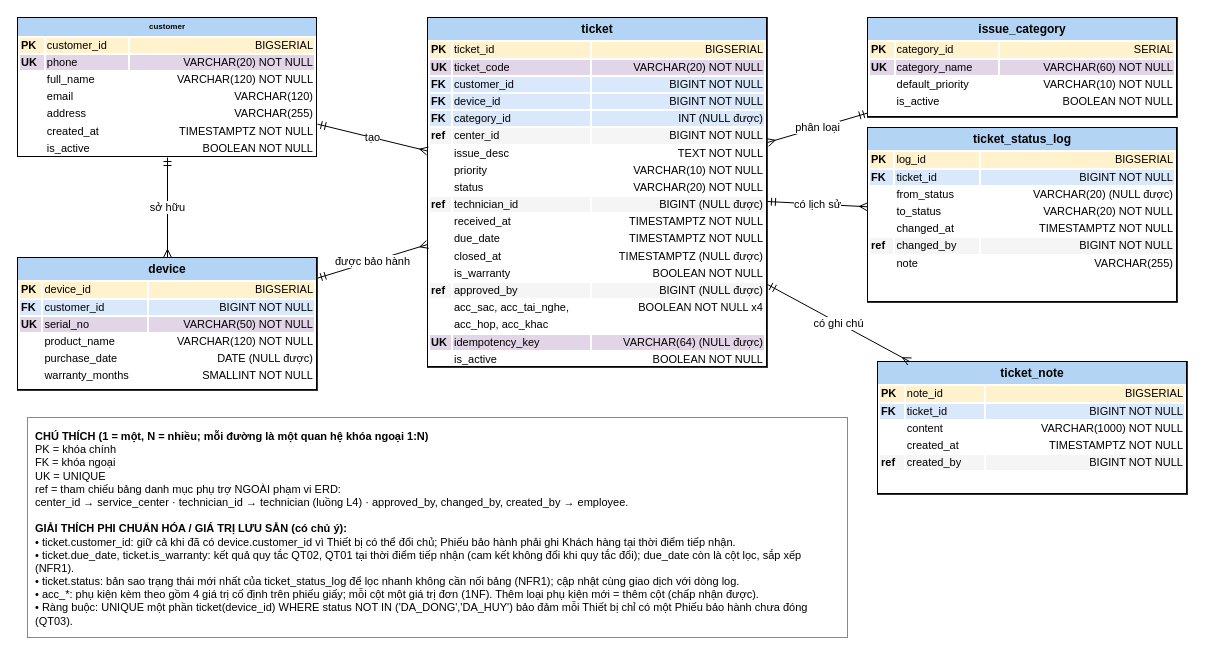
Before: docs/diagrams/erd.drawio in dangkhoa35/smartcrm-2374802010228-ticket-reception, a draw.io diagram. Source tidied: cells renumbered, new cells numbered last; positions are measured from the earlier drawing's top-left corner, leaving out a move shared by most shapes. Both pictures are drawn from the tidied source at 100%, with x=0, y=0 at pixel (17, 17).
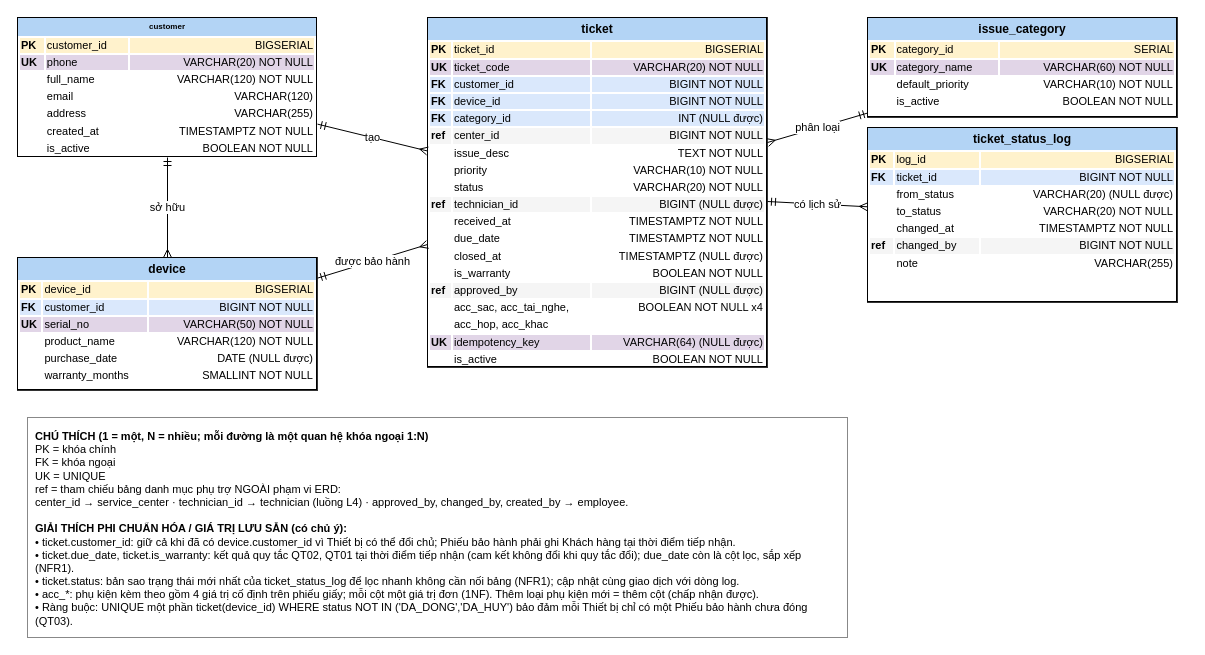
The same diagram, later.

Diff of the diagram source:
```diff
@@
 <mxGraphModel>
   <root>
     <mxCell id="0" />
     <mxCell id="1" parent="0" />
     <mxCell id="2" value="&lt;div style=&quot;background:#b3d4f5;text-align:center;font-weight:bold;padding:4px&quot;&gt;customer&lt;/div&gt;&lt;table width=&quot;100%&quot; cellpadding=&quot;1&quot; style=&quot;font-size:11px&quot;&gt;&lt;tr style=&quot;background:#fff2cc&quot;&gt;&lt;td&gt;&lt;b&gt;PK&lt;/b&gt;&lt;/td&gt;&lt;td&gt;customer_id&lt;/td&gt;&lt;td align=&quot;right&quot;&gt;BIGSERIAL&lt;/td&gt;&lt;/tr&gt;&lt;tr style=&quot;background:#e1d5e7&quot;&gt;&lt;td&gt;&lt;b&gt;UK&lt;/b&gt;&lt;/td&gt;&lt;td&gt;phone&lt;/td&gt;&lt;td align=&quot;right&quot;&gt;VARCHAR(20)  NOT NULL&lt;/td&gt;&lt;/tr&gt;&lt;tr style=&quot;background:#ffffff&quot;&gt;&lt;td&gt;&lt;b&gt;&lt;/b&gt;&lt;/td&gt;&lt;td&gt;full_name&lt;/td&gt;&lt;td align=&quot;right&quot;&gt;VARCHAR(120)  NOT NULL&lt;/td&gt;&lt;/tr&gt;&lt;tr style=&quot;background:#ffffff&quot;&gt;&lt;td&gt;&lt;b&gt;&lt;/b&gt;&lt;/td&gt;&lt;td&gt;email&lt;/td&gt;&lt;td align=&quot;right&quot;&gt;VARCHAR(120)&lt;/td&gt;&lt;/tr&gt;&lt;tr style=&quot;background:#ffffff&quot;&gt;&lt;td&gt;&lt;b&gt;&lt;/b&gt;&lt;/td&gt;&lt;td&gt;address&lt;/td&gt;&lt;td align=&quot;right&quot;&gt;VARCHAR(255)&lt;/td&gt;&lt;/tr&gt;&lt;tr style=&quot;background:#ffffff&quot;&gt;&lt;td&gt;&lt;b&gt;&lt;/b&gt;&lt;/td&gt;&lt;td&gt;created_at&lt;/td&gt;&lt;td align=&quot;right&quot;&gt;TIMESTAMPTZ  NOT NULL&lt;/td&gt;&lt;/tr&gt;&lt;tr style=&quot;background:#ffffff&quot;&gt;&lt;td&gt;&lt;b&gt;&lt;/b&gt;&lt;/td&gt;&lt;td&gt;is_active&lt;/td&gt;&lt;td align=&quot;right&quot;&gt;BOOLEAN  NOT NULL&lt;/td&gt;&lt;/tr&gt;&lt;/table&gt;" style="text;html=1;whiteSpace=wrap;overflow=fill;align=left;verticalAlign=top;spacing=0;textShadow=0;labelBorderColor=default;autosizeText=0;fontSize=8;strokeWidth=1;" parent="1" vertex="1">
       <mxGeometry width="300" height="140" as="geometry" />
     </mxCell>
     <mxCell id="3" value="&lt;div style=&quot;background:#b3d4f5;text-align:center;font-weight:bold;padding:4px&quot;&gt;device&lt;/div&gt;&lt;table width=&quot;100%&quot; cellpadding=&quot;1&quot; style=&quot;font-size:11px&quot;&gt;&lt;tbody&gt;&lt;tr style=&quot;background:#fff2cc&quot;&gt;&lt;td&gt;&lt;b&gt;PK&lt;/b&gt;&lt;/td&gt;&lt;td&gt;device_id&lt;/td&gt;&lt;td align=&quot;right&quot;&gt;BIGSERIAL&lt;/td&gt;&lt;/tr&gt;&lt;tr style=&quot;background:#dae8fc&quot;&gt;&lt;td&gt;&lt;b&gt;FK&lt;/b&gt;&lt;/td&gt;&lt;td&gt;customer_id&lt;/td&gt;&lt;td align=&quot;right&quot;&gt;BIGINT  NOT NULL&lt;/td&gt;&lt;/tr&gt;&lt;tr style=&quot;background:#e1d5e7&quot;&gt;&lt;td&gt;&lt;b&gt;UK&lt;/b&gt;&lt;/td&gt;&lt;td&gt;serial_no&lt;/td&gt;&lt;td align=&quot;right&quot;&gt;VARCHAR(50)  NOT NULL&lt;/td&gt;&lt;/tr&gt;&lt;tr style=&quot;background:#ffffff&quot;&gt;&lt;td&gt;&lt;b&gt;&lt;/b&gt;&lt;/td&gt;&lt;td&gt;product_name&lt;/td&gt;&lt;td align=&quot;right&quot;&gt;VARCHAR(120)  NOT NULL&lt;/td&gt;&lt;/tr&gt;&lt;tr style=&quot;background:#ffffff&quot;&gt;&lt;td&gt;&lt;b&gt;&lt;/b&gt;&lt;/td&gt;&lt;td&gt;purchase_date&lt;/td&gt;&lt;td align=&quot;right&quot;&gt;DATE  (NULL được)&lt;/td&gt;&lt;/tr&gt;&lt;tr style=&quot;background:#ffffff&quot;&gt;&lt;td&gt;&lt;b&gt;&lt;/b&gt;&lt;/td&gt;&lt;td&gt;warranty_months&lt;/td&gt;&lt;td align=&quot;right&quot;&gt;SMALLINT  NOT NULL&lt;/td&gt;&lt;/tr&gt;&lt;/tbody&gt;&lt;/table&gt;" style="text;html=1;whiteSpace=wrap;overflow=fill;align=left;verticalAlign=top;strokeColor=#333333;fillColor=#ffffff;spacing=0;labelBorderColor=default;fontColor=default;" parent="1" vertex="1">
       <mxGeometry y="240" width="300" height="133" as="geometry" />
     </mxCell>
     <mxCell id="4" value="&lt;div style=&quot;background:#b3d4f5;text-align:center;font-weight:bold;padding:4px&quot;&gt;ticket&lt;/div&gt;&lt;table width=&quot;100%&quot; cellpadding=&quot;1&quot; style=&quot;font-size:11px&quot;&gt;&lt;tr style=&quot;background:#fff2cc&quot;&gt;&lt;td&gt;&lt;b&gt;PK&lt;/b&gt;&lt;/td&gt;&lt;td&gt;ticket_id&lt;/td&gt;&lt;td align=&quot;right&quot;&gt;BIGSERIAL&lt;/td&gt;&lt;/tr&gt;&lt;tr style=&quot;background:#e1d5e7&quot;&gt;&lt;td&gt;&lt;b&gt;UK&lt;/b&gt;&lt;/td&gt;&lt;td&gt;ticket_code&lt;/td&gt;&lt;td align=&quot;right&quot;&gt;VARCHAR(20)  NOT NULL&lt;/td&gt;&lt;/tr&gt;&lt;tr style=&quot;background:#dae8fc&quot;&gt;&lt;td&gt;&lt;b&gt;FK&lt;/b&gt;&lt;/td&gt;&lt;td&gt;customer_id&lt;/td&gt;&lt;td align=&quot;right&quot;&gt;BIGINT  NOT NULL&lt;/td&gt;&lt;/tr&gt;&lt;tr style=&quot;background:#dae8fc&quot;&gt;&lt;td&gt;&lt;b&gt;FK&lt;/b&gt;&lt;/td&gt;&lt;td&gt;device_id&lt;/td&gt;&lt;td align=&quot;right&quot;&gt;BIGINT  NOT NULL&lt;/td&gt;&lt;/tr&gt;&lt;tr style=&quot;background:#dae8fc&quot;&gt;&lt;td&gt;&lt;b&gt;FK&lt;/b&gt;&lt;/td&gt;&lt;td&gt;category_id&lt;/td&gt;&lt;td align=&quot;right&quot;&gt;INT  (NULL được)&lt;/td&gt;&lt;/tr&gt;&lt;tr style=&quot;background:#f5f5f5&quot;&gt;&lt;td&gt;&lt;b&gt;ref&lt;/b&gt;&lt;/td&gt;&lt;td&gt;center_id&lt;/td&gt;&lt;td align=&quot;right&quot;&gt;BIGINT  NOT NULL&lt;/td&gt;&lt;/tr&gt;&lt;tr style=&quot;background:#ffffff&quot;&gt;&lt;td&gt;&lt;b&gt;&lt;/b&gt;&lt;/td&gt;&lt;td&gt;issue_desc&lt;/td&gt;&lt;td align=&quot;right&quot;&gt;TEXT  NOT NULL&lt;/td&gt;&lt;/tr&gt;&lt;tr style=&quot;background:#ffffff&quot;&gt;&lt;td&gt;&lt;b&gt;&lt;/b&gt;&lt;/td&gt;&lt;td&gt;priority&lt;/td&gt;&lt;td align=&quot;right&quot;&gt;VARCHAR(10)  NOT NULL&lt;/td&gt;&lt;/tr&gt;&lt;tr style=&quot;background:#ffffff&quot;&gt;&lt;td&gt;&lt;b&gt;&lt;/b&gt;&lt;/td&gt;&lt;td&gt;status&lt;/td&gt;&lt;td align=&quot;right&quot;&gt;VARCHAR(20)  NOT NULL&lt;/td&gt;&lt;/tr&gt;&lt;tr style=&quot;background:#f5f5f5&quot;&gt;&lt;td&gt;&lt;b&gt;ref&lt;/b&gt;&lt;/td&gt;&lt;td&gt;technician_id&lt;/td&gt;&lt;td align=&quot;right&quot;&gt;BIGINT  (NULL được)&lt;/td&gt;&lt;/tr&gt;&lt;tr style=&quot;background:#ffffff&quot;&gt;&lt;td&gt;&lt;b&gt;&lt;/b&gt;&lt;/td&gt;&lt;td&gt;received_at&lt;/td&gt;&lt;td align=&quot;right&quot;&gt;TIMESTAMPTZ  NOT NULL&lt;/td&gt;&lt;/tr&gt;&lt;tr style=&quot;background:#ffffff&quot;&gt;&lt;td&gt;&lt;b&gt;&lt;/b&gt;&lt;/td&gt;&lt;td&gt;due_date&lt;/td&gt;&lt;td align=&quot;right&quot;&gt;TIMESTAMPTZ  NOT NULL&lt;/td&gt;&lt;/tr&gt;&lt;tr style=&quot;background:#ffffff&quot;&gt;&lt;td&gt;&lt;b&gt;&lt;/b&gt;&lt;/td&gt;&lt;td&gt;closed_at&lt;/td&gt;&lt;td align=&quot;right&quot;&gt;TIMESTAMPTZ  (NULL được)&lt;/td&gt;&lt;/tr&gt;&lt;tr style=&quot;background:#ffffff&quot;&gt;&lt;td&gt;&lt;b&gt;&lt;/b&gt;&lt;/td&gt;&lt;td&gt;is_warranty&lt;/td&gt;&lt;td align=&quot;right&quot;&gt;BOOLEAN  NOT NULL&lt;/td&gt;&lt;/tr&gt;&lt;tr style=&quot;background:#f5f5f5&quot;&gt;&lt;td&gt;&lt;b&gt;ref&lt;/b&gt;&lt;/td&gt;&lt;td&gt;approved_by&lt;/td&gt;&lt;td align=&quot;right&quot;&gt;BIGINT  (NULL được)&lt;/td&gt;&lt;/tr&gt;&lt;tr style=&quot;background:#ffffff&quot;&gt;&lt;td&gt;&lt;b&gt;&lt;/b&gt;&lt;/td&gt;&lt;td&gt;acc_sac, acc_tai_nghe,&lt;/td&gt;&lt;td align=&quot;right&quot;&gt;BOOLEAN  NOT NULL x4&lt;/td&gt;&lt;/tr&gt;&lt;tr style=&quot;background:#ffffff&quot;&gt;&lt;td&gt;&lt;b&gt;&lt;/b&gt;&lt;/td&gt;&lt;td&gt;acc_hop, acc_khac&lt;/td&gt;&lt;td align=&quot;right&quot;&gt;&lt;/td&gt;&lt;/tr&gt;&lt;tr style=&quot;background:#e1d5e7&quot;&gt;&lt;td&gt;&lt;b&gt;UK&lt;/b&gt;&lt;/td&gt;&lt;td&gt;idempotency_key&lt;/td&gt;&lt;td align=&quot;right&quot;&gt;VARCHAR(64)  (NULL được)&lt;/td&gt;&lt;/tr&gt;&lt;tr style=&quot;background:#ffffff&quot;&gt;&lt;td&gt;&lt;b&gt;&lt;/b&gt;&lt;/td&gt;&lt;td&gt;is_active&lt;/td&gt;&lt;td align=&quot;right&quot;&gt;BOOLEAN  NOT NULL&lt;/td&gt;&lt;/tr&gt;&lt;/table&gt;" style="text;html=1;whiteSpace=wrap;overflow=fill;align=left;verticalAlign=top;strokeColor=#333333;fillColor=#ffffff;spacing=0;labelBorderColor=default;" parent="1" vertex="1">
       <mxGeometry x="410" width="340" height="350" as="geometry" />
     </mxCell>
     <mxCell id="5" value="&lt;div style=&quot;background:#b3d4f5;text-align:center;font-weight:bold;padding:4px&quot;&gt;issue_category&lt;/div&gt;&lt;table width=&quot;100%&quot; cellpadding=&quot;1&quot; style=&quot;font-size:11px&quot;&gt;&lt;tr style=&quot;background:#fff2cc&quot;&gt;&lt;td&gt;&lt;b&gt;PK&lt;/b&gt;&lt;/td&gt;&lt;td&gt;category_id&lt;/td&gt;&lt;td align=&quot;right&quot;&gt;SERIAL&lt;/td&gt;&lt;/tr&gt;&lt;tr style=&quot;background:#e1d5e7&quot;&gt;&lt;td&gt;&lt;b&gt;UK&lt;/b&gt;&lt;/td&gt;&lt;td&gt;category_name&lt;/td&gt;&lt;td align=&quot;right&quot;&gt;VARCHAR(60)  NOT NULL&lt;/td&gt;&lt;/tr&gt;&lt;tr style=&quot;background:#ffffff&quot;&gt;&lt;td&gt;&lt;b&gt;&lt;/b&gt;&lt;/td&gt;&lt;td&gt;default_priority&lt;/td&gt;&lt;td align=&quot;right&quot;&gt;VARCHAR(10)  NOT NULL&lt;/td&gt;&lt;/tr&gt;&lt;tr style=&quot;background:#ffffff&quot;&gt;&lt;td&gt;&lt;b&gt;&lt;/b&gt;&lt;/td&gt;&lt;td&gt;is_active&lt;/td&gt;&lt;td align=&quot;right&quot;&gt;BOOLEAN  NOT NULL&lt;/td&gt;&lt;/tr&gt;&lt;/table&gt;" style="text;html=1;whiteSpace=wrap;overflow=fill;align=left;verticalAlign=top;strokeColor=#333333;fillColor=#ffffff;spacing=0;labelBorderColor=default;" parent="1" vertex="1">
       <mxGeometry x="850" width="310" height="100" as="geometry" />
     </mxCell>
     <mxCell id="6" value="&lt;div style=&quot;background:#b3d4f5;text-align:center;font-weight:bold;padding:4px&quot;&gt;ticket_status_log&lt;/div&gt;&lt;table width=&quot;100%&quot; cellpadding=&quot;1&quot; style=&quot;font-size:11px&quot;&gt;&lt;tr style=&quot;background:#fff2cc&quot;&gt;&lt;td&gt;&lt;b&gt;PK&lt;/b&gt;&lt;/td&gt;&lt;td&gt;log_id&lt;/td&gt;&lt;td align=&quot;right&quot;&gt;BIGSERIAL&lt;/td&gt;&lt;/tr&gt;&lt;tr style=&quot;background:#dae8fc&quot;&gt;&lt;td&gt;&lt;b&gt;FK&lt;/b&gt;&lt;/td&gt;&lt;td&gt;ticket_id&lt;/td&gt;&lt;td align=&quot;right&quot;&gt;BIGINT  NOT NULL&lt;/td&gt;&lt;/tr&gt;&lt;tr style=&quot;background:#ffffff&quot;&gt;&lt;td&gt;&lt;b&gt;&lt;/b&gt;&lt;/td&gt;&lt;td&gt;from_status&lt;/td&gt;&lt;td align=&quot;right&quot;&gt;VARCHAR(20)  (NULL được)&lt;/td&gt;&lt;/tr&gt;&lt;tr style=&quot;background:#ffffff&quot;&gt;&lt;td&gt;&lt;b&gt;&lt;/b&gt;&lt;/td&gt;&lt;td&gt;to_status&lt;/td&gt;&lt;td align=&quot;right&quot;&gt;VARCHAR(20)  NOT NULL&lt;/td&gt;&lt;/tr&gt;&lt;tr style=&quot;background:#ffffff&quot;&gt;&lt;td&gt;&lt;b&gt;&lt;/b&gt;&lt;/td&gt;&lt;td&gt;changed_at&lt;/td&gt;&lt;td align=&quot;right&quot;&gt;TIMESTAMPTZ  NOT NULL&lt;/td&gt;&lt;/tr&gt;&lt;tr style=&quot;background:#f5f5f5&quot;&gt;&lt;td&gt;&lt;b&gt;ref&lt;/b&gt;&lt;/td&gt;&lt;td&gt;changed_by&lt;/td&gt;&lt;td align=&quot;right&quot;&gt;BIGINT  NOT NULL&lt;/td&gt;&lt;/tr&gt;&lt;tr style=&quot;background:#ffffff&quot;&gt;&lt;td&gt;&lt;b&gt;&lt;/b&gt;&lt;/td&gt;&lt;td&gt;note&lt;/td&gt;&lt;td align=&quot;right&quot;&gt;VARCHAR(255)&lt;/td&gt;&lt;/tr&gt;&lt;/table&gt;" style="text;html=1;whiteSpace=wrap;overflow=fill;align=left;verticalAlign=top;strokeColor=#333333;fillColor=#ffffff;spacing=0;labelBorderColor=default;" parent="1" vertex="1">
       <mxGeometry x="850" y="110" width="310" height="175" as="geometry" />
     </mxCell>
-    <mxCell id="7" value="&lt;div style=&quot;background:#b3d4f5;text-align:center;font-weight:bold;padding:4px&quot;&gt;ticket_note&lt;/div&gt;&lt;table width=&quot;100%&quot; cellpadding=&quot;1&quot; style=&quot;font-size:11px&quot;&gt;&lt;tr style=&quot;background:#fff2cc&quot;&gt;&lt;td&gt;&lt;b&gt;PK&lt;/b&gt;&lt;/td&gt;&lt;td&gt;note_id&lt;/td&gt;&lt;td align=&quot;right&quot;&gt;BIGSERIAL&lt;/td&gt;&lt;/tr&gt;&lt;tr style=&quot;background:#dae8fc&quot;&gt;&lt;td&gt;&lt;b&gt;FK&lt;/b&gt;&lt;/td&gt;&lt;td&gt;ticket_id&lt;/td&gt;&lt;td align=&quot;right&quot;&gt;BIGINT  NOT NULL&lt;/td&gt;&lt;/tr&gt;&lt;tr style=&quot;background:#ffffff&quot;&gt;&lt;td&gt;&lt;b&gt;&lt;/b&gt;&lt;/td&gt;&lt;td&gt;content&lt;/td&gt;&lt;td align=&quot;right&quot;&gt;VARCHAR(1000)  NOT NULL&lt;/td&gt;&lt;/tr&gt;&lt;tr style=&quot;background:#ffffff&quot;&gt;&lt;td&gt;&lt;b&gt;&lt;/b&gt;&lt;/td&gt;&lt;td&gt;created_at&lt;/td&gt;&lt;td align=&quot;right&quot;&gt;TIMESTAMPTZ  NOT NULL&lt;/td&gt;&lt;/tr&gt;&lt;tr style=&quot;background:#f5f5f5&quot;&gt;&lt;td&gt;&lt;b&gt;ref&lt;/b&gt;&lt;/td&gt;&lt;td&gt;created_by&lt;/td&gt;&lt;td align=&quot;right&quot;&gt;BIGINT  NOT NULL&lt;/td&gt;&lt;/tr&gt;&lt;/table&gt;" style="text;html=1;whiteSpace=wrap;overflow=fill;align=left;verticalAlign=top;strokeColor=#333333;fillColor=#ffffff;spacing=0;labelBorderColor=default;" parent="1" vertex="1">
-      <mxGeometry x="860" y="344" width="310" height="133" as="geometry" />
-    </mxCell>
     <mxCell id="8" value="sở hữu" style="endArrow=ERmany;startArrow=ERmandOne;endFill=0;startFill=0;html=1;edgeStyle=none;" parent="1" edge="1" source="2" target="3">
       <mxGeometry relative="1" as="geometry" />
     </mxCell>
     <mxCell id="9" value="tạo" style="endArrow=ERmany;startArrow=ERmandOne;endFill=0;startFill=0;html=1;edgeStyle=none;" parent="1" edge="1" source="2" target="4">
       <mxGeometry relative="1" as="geometry" />
     </mxCell>
     <mxCell id="10" value="được bảo hành" style="endArrow=ERmany;startArrow=ERmandOne;endFill=0;startFill=0;html=1;edgeStyle=none;" parent="1" edge="1" source="3" target="4">
       <mxGeometry relative="1" as="geometry" />
     </mxCell>
     <mxCell id="11" value="phân loại" style="endArrow=ERmany;startArrow=ERmandOne;endFill=0;startFill=0;html=1;edgeStyle=none;" parent="1" edge="1" source="5" target="4">
       <mxGeometry relative="1" as="geometry" />
     </mxCell>
     <mxCell id="12" value="có lịch sử" style="endArrow=ERmany;startArrow=ERmandOne;endFill=0;startFill=0;html=1;edgeStyle=none;" parent="1" edge="1" source="4" target="6">
       <mxGeometry relative="1" as="geometry" />
     </mxCell>
-    <mxCell id="13" value="có ghi chú" style="endArrow=ERmany;startArrow=ERmandOne;endFill=0;startFill=0;html=1;edgeStyle=none;" parent="1" edge="1" source="4" target="7">
-      <mxGeometry relative="1" as="geometry" />
-    </mxCell>
     <mxCell id="14" value="&lt;b&gt;CHÚ THÍCH  (1 = một, N = nhiều; mỗi đường là một quan hệ khóa ngoại 1:N)&lt;/b&gt;&lt;br&gt;PK = khóa chính&amp;nbsp;&lt;div&gt;FK = khóa ngoại&amp;nbsp;&lt;/div&gt;&lt;div&gt;UK = UNIQUE&amp;nbsp;&lt;/div&gt;&lt;div&gt;&lt;span style=&quot;background-color: transparent; color: light-dark(rgb(0, 0, 0), rgb(255, 255, 255));&quot;&gt;ref = tham chiếu bảng danh mục phụ trợ NGOÀI phạm vi ERD:&lt;/span&gt;&lt;/div&gt;&lt;div&gt;   center_id → service_center · technician_id → technician (luồng L4) · approved_by, changed_by, created_by → employee.&lt;br&gt;&lt;br&gt;&lt;b&gt;GIẢI THÍCH PHI CHUẨN HÓA / GIÁ TRỊ LƯU SẴN (có chủ ý):&lt;/b&gt;&lt;br&gt;• ticket.customer_id: giữ cả khi đã có device.customer_id vì Thiết bị có thể đổi chủ; Phiếu bảo hành phải ghi Khách hàng tại thời điểm tiếp nhận.&lt;br&gt;• ticket.due_date, ticket.is_warranty: kết quả quy tắc QT02, QT01 tại thời điểm tiếp nhận (cam kết không đổi khi quy tắc đổi); due_date còn là cột lọc, sắp xếp (NFR1).&lt;br&gt;• ticket.status: bản sao trạng thái mới nhất của ticket_status_log để lọc nhanh không cần nối bảng (NFR1); cập nhật cùng giao dịch với dòng log.&lt;br&gt;• acc_*: phụ kiện kèm theo gồm 4 giá trị cố định trên phiếu giấy; mỗi cột một giá trị đơn (1NF). Thêm loại phụ kiện mới = thêm cột (chấp nhận được).&lt;br&gt;• Ràng buộc: UNIQUE một phần ticket(device_id) WHERE status NOT IN ('DA_DONG','DA_HUY') bảo đảm mỗi Thiết bị chỉ có một Phiếu bảo hành chưa đóng (QT03).&lt;/div&gt;" style="rounded=0;whiteSpace=wrap;html=1;align=left;verticalAlign=top;spacing=8;fontSize=11;strokeColor=#888888;" parent="1" vertex="1">
       <mxGeometry x="10" y="400" width="820" height="220" as="geometry" />
     </mxCell>
   </root>
 </mxGraphModel>
```
